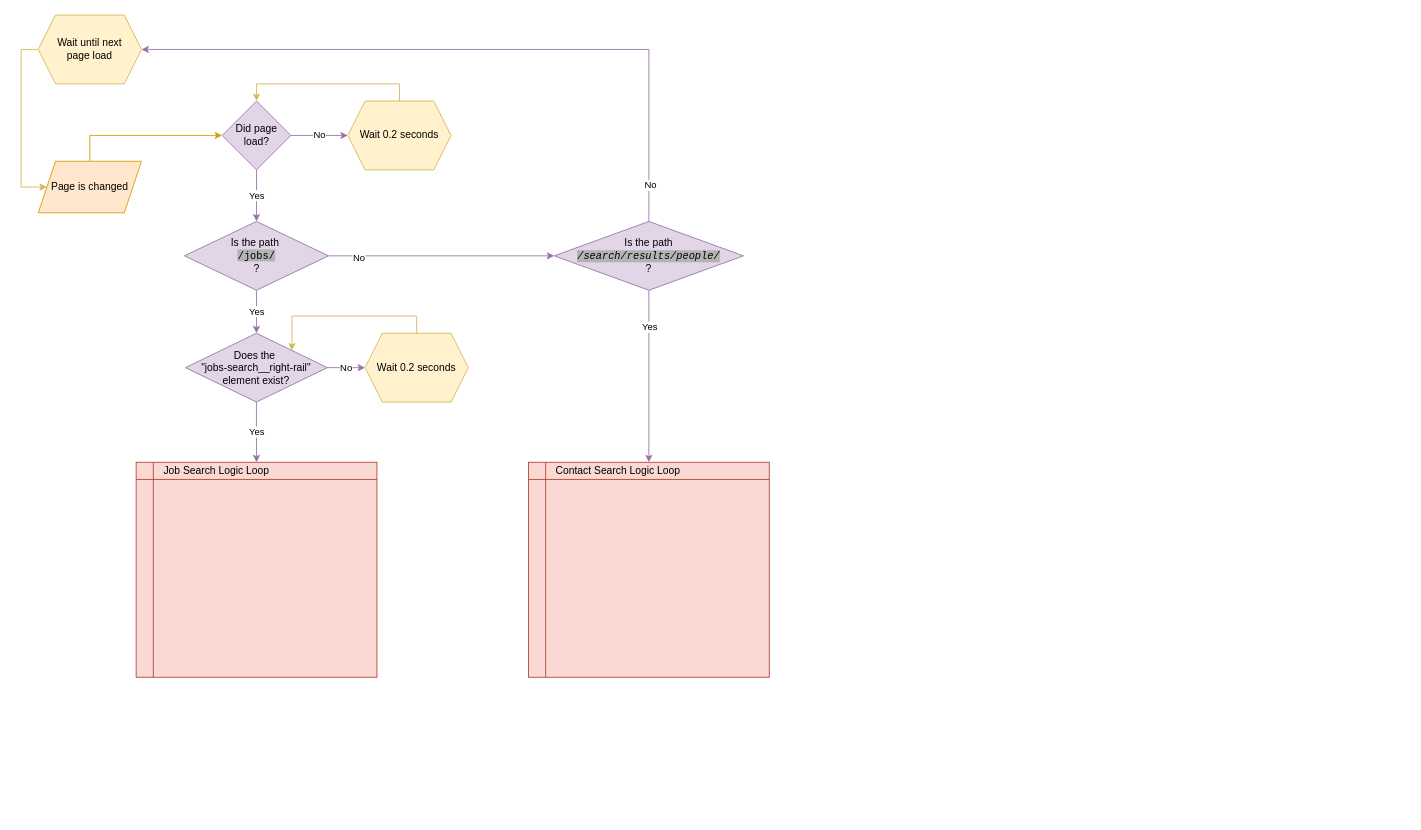
Above: kanshikigan-plugin.drawio in DavidDavydovTech/kan-shiki-gan (draw.io), before the change. Source tidied: cells renumbered, new cells numbered last; positions are measured from the earlier drawing's top-left corner, leaving out a move shared by most shapes. Both pictures are drawn from the tidied source at 86%, with x=0, y=0 at pixel (21, 15).
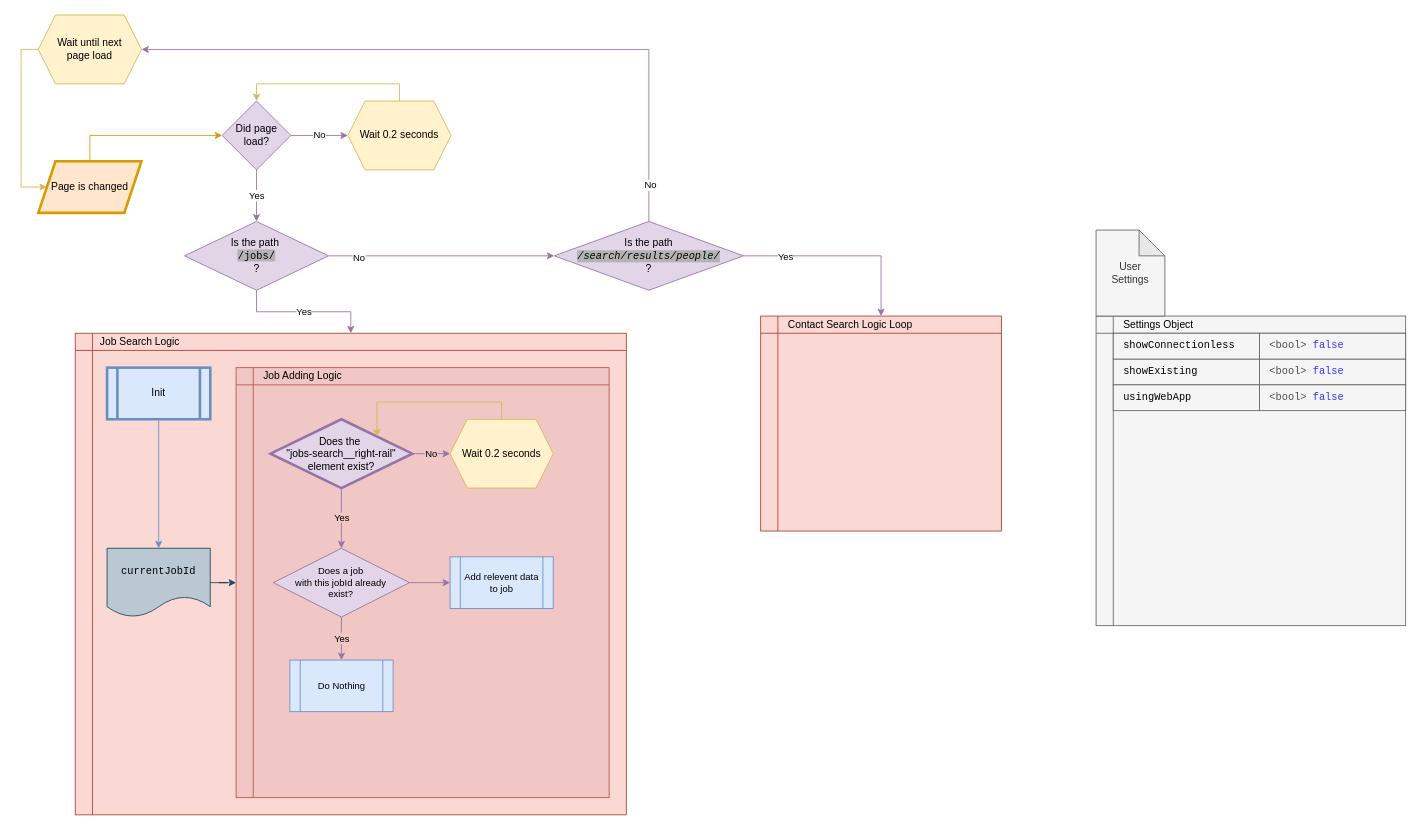
Above is the later version.

Commit message:
Add more logic to the flowchart

Unchanged cells that the change refers to:
```xml
<mxCell id="10" value="Is the path&amp;nbsp;&lt;br&gt;&lt;span style=&quot;background-color: rgb(179 , 179 , 179)&quot;&gt;&lt;font face=&quot;Courier New&quot;&gt;/jobs/&lt;/font&gt;&lt;/span&gt;&lt;br&gt;?" style="rhombus;whiteSpace=wrap;html=1;fillColor=#e1d5e7;strokeColor=#9673a6;" parent="1" vertex="1">
  <mxGeometry x="190" y="240" width="167.5" height="80" as="geometry" />
</mxCell>
<mxCell id="27" value="Is the path &lt;i&gt;&lt;font face=&quot;Courier New&quot; style=&quot;background-color: rgb(179 , 179 , 179) ; font-size: 12px&quot;&gt;/search/results/people/&lt;/font&gt;&lt;/i&gt;&lt;br&gt;?" style="rhombus;whiteSpace=wrap;html=1;fillColor=#e1d5e7;strokeColor=#9673a6;" parent="1" vertex="1">
  <mxGeometry x="620" y="240" width="220" height="80" as="geometry" />
</mxCell>
<mxCell id="29" style="shape=internalStorage;whiteSpace=wrap;html=1;backgroundOutline=1;fillColor=#fad9d5;strokeColor=#ae4132;" parent="28" vertex="1">
  <mxGeometry width="280" height="250" as="geometry" />
</mxCell>
```

Diff of the diagram source:
```diff
@@
-    <mxCell id="9" value="Yes" style="edgeStyle=orthogonalEdgeStyle;rounded=0;jettySize=auto;html=1;exitX=0.5;exitY=1;exitDx=0;exitDy=0;entryX=0.5;entryY=0;entryDx=0;entryDy=0;fillColor=#e1d5e7;strokeColor=#9673a6;" parent="1" edge="1" source="10" target="17">
+    <mxCell id="9" value="Yes" style="edgeStyle=orthogonalEdgeStyle;rounded=0;jettySize=auto;html=1;exitX=0.5;exitY=1;exitDx=0;exitDy=0;fillColor=#e1d5e7;strokeColor=#9673a6;" parent="1" edge="1" source="10" target="21">
       <mxGeometry relative="1" as="geometry" />
     </mxCell>
@@
-    <mxCell id="12" value="Page is changed" style="shape=parallelogram;perimeter=parallelogramPerimeter;whiteSpace=wrap;html=1;fixedSize=1;fillColor=#ffe6cc;strokeColor=#d79b00;" parent="1" vertex="1">
+    <mxCell id="12" value="Page is changed" style="shape=parallelogram;perimeter=parallelogramPerimeter;whiteSpace=wrap;html=1;fixedSize=1;fillColor=#ffe6cc;strokeColor=#d79b00;strokeWidth=3;" parent="1" vertex="1">
       <mxGeometry x="20" y="170" width="120" height="60" as="geometry" />
     </mxCell>
@@
-    <mxCell id="15" value="No" style="edgeStyle=orthogonalEdgeStyle;rounded=0;jettySize=auto;html=1;exitX=1;exitY=0.5;exitDx=0;exitDy=0;entryX=0;entryY=0.5;entryDx=0;entryDy=0;fillColor=#e1d5e7;strokeColor=#9673a6;" parent="1" edge="1" source="17" target="19">
-      <mxGeometry relative="1" as="geometry" />
+    <mxCell id="15" value="No" style="edgeStyle=orthogonalEdgeStyle;rounded=0;orthogonalLoop=1;jettySize=auto;html=1;exitX=1;exitY=0.5;exitDx=0;exitDy=0;entryX=0;entryY=0.5;entryDx=0;entryDy=0;fillColor=#e1d5e7;strokeColor=#9673a6;" parent="1" edge="1">
+      <mxGeometry relative="1" as="geometry">
+        <mxPoint x="356.2" y="370" as="sourcePoint" />
+      </mxGeometry>
     </mxCell>
-    <mxCell id="16" value="Yes" style="edgeStyle=orthogonalEdgeStyle;rounded=0;jettySize=auto;html=1;exitX=0.5;exitY=1;exitDx=0;exitDy=0;fillColor=#e1d5e7;strokeColor=#9673a6;" parent="1" edge="1" source="17" target="21">
-      <mxGeometry relative="1" as="geometry" />
-    </mxCell>
-    <mxCell id="17" value="Does the&amp;nbsp;&lt;br&gt;&quot;jobs-search__right-rail&quot;&lt;br&gt;element exist?" style="rhombus;whiteSpace=wrap;html=1;fillColor=#e1d5e7;strokeColor=#9673a6;" parent="1" vertex="1">
-      <mxGeometry x="191.2" y="370" width="165" height="80" as="geometry" />
-    </mxCell>
-    <mxCell id="18" style="edgeStyle=orthogonalEdgeStyle;rounded=0;jettySize=auto;html=1;exitX=0.5;exitY=0;exitDx=0;exitDy=0;entryX=1;entryY=0;entryDx=0;entryDy=0;fillColor=#fff2cc;strokeColor=#d6b656;" parent="1" edge="1" source="19" target="17">
-      <mxGeometry relative="1" as="geometry">
-        <Array as="points">
-          <mxPoint x="460" y="350" />
-          <mxPoint x="315" y="350" />
-        </Array>
-      </mxGeometry>
-    </mxCell>
-    <mxCell id="19" value="Wait 0.2 seconds" style="shape=hexagon;perimeter=hexagonPerimeter2;whiteSpace=wrap;html=1;fixedSize=1;fillColor=#fff2cc;strokeColor=#d6b656;" parent="1" vertex="1">
-      <mxGeometry x="400" y="370" width="120" height="80" as="geometry" />
-    </mxCell>
     <mxCell id="20" style="group;" parent="1" vertex="1">
-      <mxGeometry x="133.8" y="520" width="280" height="250" as="geometry" />
+      <mxGeometry x="83.8" y="370" width="620" height="560" as="geometry" />
     </mxCell>
     <mxCell id="21" style="shape=internalStorage;whiteSpace=wrap;html=1;backgroundOutline=1;fillColor=#fad9d5;strokeColor=#ae4132;" parent="20" vertex="1">
-      <mxGeometry width="280" height="250" as="geometry" />
+      <mxGeometry x="-20.8" width="640.8" height="560" as="geometry" />
     </mxCell>
-    <mxCell id="22" value="Job Search Logic Loop" style="text;html=1;fillColor=none;align=left;verticalAlign=middle;whiteSpace=wrap;rounded=0;" parent="20" vertex="1">
-      <mxGeometry x="30" width="180" height="20" as="geometry" />
+    <mxCell id="22" value="Job Search Logic" style="text;html=1;fillColor=none;align=left;verticalAlign=middle;whiteSpace=wrap;rounded=0;" parent="20" vertex="1">
+      <mxGeometry x="6.2" width="180" height="20" as="geometry" />
     </mxCell>
+    <mxCell id="31" style="edgeStyle=orthogonalEdgeStyle;rounded=0;jettySize=auto;html=1;exitX=0.5;exitY=1;exitDx=0;exitDy=0;entryX=0.5;entryY=0;entryDx=0;entryDy=0;strokeWidth=1;fontFamily=Courier New;fontSize=11;fillColor=#dae8fc;strokeColor=#6c8ebf;" parent="20" edge="1" source="32" target="35">
+      <mxGeometry relative="1" as="geometry" />
+    </mxCell>
+    <mxCell id="32" value="&lt;font face=&quot;Helvetica&quot;&gt;Init&lt;/font&gt;" style="shape=process;whiteSpace=wrap;html=1;backgroundOutline=1;fontFamily=Courier New;align=center;fillColor=#dae8fc;strokeColor=#6c8ebf;strokeWidth=3;" parent="20" vertex="1">
+      <mxGeometry x="16.2" y="40" width="120" height="60" as="geometry" />
+    </mxCell>
+    <mxCell id="33" style="shape=internalStorage;whiteSpace=wrap;html=1;backgroundOutline=1;fontFamily=Courier New;align=left;strokeColor=#b85450;fillColor=#F0C7C5;" parent="20" vertex="1">
+      <mxGeometry x="166.2" y="40" width="433.8" height="500" as="geometry" />
+    </mxCell>
+    <mxCell id="34" style="edgeStyle=orthogonalEdgeStyle;rounded=0;jettySize=auto;html=1;exitX=1;exitY=0.5;exitDx=0;exitDy=0;strokeWidth=1;fontFamily=Courier New;fontSize=11;fillColor=#bac8d3;strokeColor=#23445d;" parent="20" edge="1" source="35" target="33">
+      <mxGeometry relative="1" as="geometry" />
+    </mxCell>
+    <mxCell id="35" value="currentJobId" style="shape=document;whiteSpace=wrap;html=1;boundedLbl=1;fillColor=#bac8d3;fontFamily=Courier New;align=center;strokeColor=#23445d;" parent="20" vertex="1">
+      <mxGeometry x="16.2" y="250" width="120" height="80" as="geometry" />
+    </mxCell>
+    <mxCell id="36" value="Job Adding Logic" style="text;html=1;fillColor=none;align=left;verticalAlign=middle;whiteSpace=wrap;rounded=0;" parent="20" vertex="1">
+      <mxGeometry x="196.2" y="40" width="180" height="20" as="geometry" />
+    </mxCell>
+    <mxCell id="37" value="No" style="edgeStyle=orthogonalEdgeStyle;rounded=0;jettySize=auto;html=1;exitX=1;exitY=0.5;exitDx=0;exitDy=0;labelBackgroundColor=#F0C7C5;strokeWidth=1;fontFamily=Helvetica;fontSize=11;spacing=1;fillColor=#e1d5e7;strokeColor=#9673a6;" parent="20" edge="1" source="17" target="19">
+      <mxGeometry relative="1" as="geometry" />
+    </mxCell>
+    <mxCell id="17" value="Does the&amp;nbsp;&lt;br&gt;&quot;jobs-search__right-rail&quot;&lt;br&gt;element exist?" style="rhombus;whiteSpace=wrap;html=1;fillColor=#e1d5e7;strokeColor=#9673a6;strokeWidth=3;" parent="20" vertex="1">
+      <mxGeometry x="206.2" y="100" width="165" height="80" as="geometry" />
+    </mxCell>
+    <mxCell id="19" value="Wait 0.2 seconds" style="shape=hexagon;perimeter=hexagonPerimeter2;whiteSpace=wrap;html=1;fixedSize=1;fillColor=#fff2cc;strokeColor=#d6b656;" parent="20" vertex="1">
+      <mxGeometry x="415" y="100" width="120" height="80" as="geometry" />
+    </mxCell>
+    <mxCell id="18" style="edgeStyle=orthogonalEdgeStyle;rounded=0;jettySize=auto;html=1;exitX=0.5;exitY=0;exitDx=0;exitDy=0;entryX=1;entryY=0;entryDx=0;entryDy=0;fillColor=#fff2cc;strokeColor=#d6b656;" parent="20" edge="1" source="19" target="17">
+      <mxGeometry relative="1" as="geometry">
+        <Array as="points">
+          <mxPoint x="475" y="80" />
+          <mxPoint x="330" y="80" />
+        </Array>
+      </mxGeometry>
+    </mxCell>
+    <mxCell id="38" value="&lt;span style=&quot;background-color: rgb(240 , 199 , 197)&quot;&gt;Yes&lt;/span&gt;" style="edgeStyle=orthogonalEdgeStyle;rounded=0;jettySize=auto;html=1;exitX=0.5;exitY=1;exitDx=0;exitDy=0;fillColor=#e1d5e7;strokeColor=#9673a6;labelBackgroundColor=none;" parent="20" edge="1" source="17" target="41">
+      <mxGeometry relative="1" as="geometry" />
+    </mxCell>
+    <mxCell id="39" value="Yes" style="edgeStyle=orthogonalEdgeStyle;rounded=0;jettySize=auto;html=1;exitX=0.5;exitY=1;exitDx=0;exitDy=0;entryX=0.5;entryY=0;entryDx=0;entryDy=0;labelBackgroundColor=#F0C7C5;strokeWidth=1;fontFamily=Helvetica;fontSize=11;spacing=1;fillColor=#e1d5e7;strokeColor=#9673a6;" parent="20" edge="1" source="41" target="42">
+      <mxGeometry relative="1" as="geometry" />
+    </mxCell>
+    <mxCell id="40" style="edgeStyle=orthogonalEdgeStyle;rounded=0;jettySize=auto;html=1;exitX=1;exitY=0.5;exitDx=0;exitDy=0;labelBackgroundColor=#F0C7C5;endArrow=classic;endFill=1;strokeColor=#9673a6;strokeWidth=1;fontFamily=Helvetica;fontSize=11;fillColor=#e1d5e7;" parent="20" edge="1" source="41" target="43">
+      <mxGeometry relative="1" as="geometry" />
+    </mxCell>
+    <mxCell id="41" value="Does a job&lt;br&gt;with this jobId already &lt;br&gt;exist?" style="rhombus;whiteSpace=wrap;html=1;strokeWidth=1;fillColor=#e1d5e7;fontFamily=Helvetica;fontSize=11;align=center;strokeColor=#9673a6;" parent="20" vertex="1">
+      <mxGeometry x="209.5" y="250" width="158.4" height="80" as="geometry" />
+    </mxCell>
+    <mxCell id="42" value="Do Nothing" style="shape=process;whiteSpace=wrap;html=1;backgroundOutline=1;strokeWidth=1;fillColor=#dae8fc;fontFamily=Helvetica;fontSize=11;align=center;strokeColor=#6c8ebf;" parent="20" vertex="1">
+      <mxGeometry x="228.8" y="380" width="120" height="60" as="geometry" />
+    </mxCell>
+    <mxCell id="43" value="Add relevent data&lt;br&gt;to job" style="shape=process;whiteSpace=wrap;html=1;backgroundOutline=1;strokeWidth=1;fillColor=#dae8fc;fontFamily=Helvetica;fontSize=11;align=center;strokeColor=#6c8ebf;" parent="20" vertex="1">
+      <mxGeometry x="415" y="260" width="120" height="60" as="geometry" />
+    </mxCell>
@@
-    <mxCell id="25" style="edgeStyle=orthogonalEdgeStyle;rounded=0;jettySize=auto;html=1;exitX=0.5;exitY=1;exitDx=0;exitDy=0;fillColor=#e1d5e7;strokeColor=#9673a6;" parent="1" edge="1" source="27" target="29">
+    <mxCell id="25" style="edgeStyle=orthogonalEdgeStyle;rounded=0;jettySize=auto;html=1;exitX=1;exitY=0.5;exitDx=0;exitDy=0;fillColor=#e1d5e7;strokeColor=#9673a6;" parent="1" edge="1" source="27" target="29">
       <mxGeometry relative="1" as="geometry" />
     </mxCell>
@@
     <mxCell id="28" style="group;" parent="1" vertex="1">
-      <mxGeometry x="590" y="520" width="280" height="250" as="geometry" />
+      <mxGeometry x="860" y="350" width="280" height="250" as="geometry" />
     </mxCell>
@@
+    <mxCell id="44" style="group;" parent="1" vertex="1">
+      <mxGeometry x="1250" y="250" width="360" height="460" as="geometry" />
+    </mxCell>
+    <mxCell id="45" style="group;" parent="44" vertex="1">
+      <mxGeometry y="100" width="360" height="360" as="geometry" />
+    </mxCell>
+    <mxCell id="46" style="shape=internalStorage;whiteSpace=wrap;html=1;backgroundOutline=1;align=left;fillColor=#f5f5f5;strokeColor=#666666;fontColor=#333333;" parent="45" vertex="1">
+      <mxGeometry width="360" height="360" as="geometry" />
+    </mxCell>
+    <mxCell id="47" value="Settings Object" style="text;html=1;fillColor=none;align=left;verticalAlign=middle;whiteSpace=wrap;rounded=0;" parent="45" vertex="1">
+      <mxGeometry x="30" width="180" height="20" as="geometry" />
+    </mxCell>
+    <mxCell id="48" style="group;" parent="45" vertex="1">
+      <mxGeometry x="20" y="50" width="170" height="30" as="geometry" />
+    </mxCell>
+    <mxCell id="49" style="rounded=0;whiteSpace=wrap;html=1;align=left;fillColor=#f5f5f5;strokeColor=#666666;fontColor=#333333;" parent="48" vertex="1">
+      <mxGeometry width="170" height="30" as="geometry" />
+    </mxCell>
+    <mxCell id="50" value="showExisting" style="text;html=1;fillColor=none;align=left;verticalAlign=middle;whiteSpace=wrap;rounded=0;fontFamily=Courier New;" parent="48" vertex="1">
+      <mxGeometry x="10" width="160" height="30" as="geometry" />
+    </mxCell>
+    <mxCell id="51" style="group;" parent="45" vertex="1">
+      <mxGeometry x="190" y="50" width="170" height="30" as="geometry" />
+    </mxCell>
+    <mxCell id="52" style="rounded=0;whiteSpace=wrap;html=1;align=left;fillColor=#f5f5f5;strokeColor=#666666;fontColor=#333333;" parent="51" vertex="1">
+      <mxGeometry width="170" height="30" as="geometry" />
+    </mxCell>
+    <mxCell id="53" value="&lt;font color=&quot;#4d4d4d&quot;&gt;&amp;lt;bool&amp;gt;&lt;/font&gt; &lt;font color=&quot;#3333ff&quot;&gt;false&lt;/font&gt;" style="text;html=1;fillColor=none;align=left;verticalAlign=middle;whiteSpace=wrap;rounded=0;fontFamily=Courier New;" parent="51" vertex="1">
+      <mxGeometry x="10" width="160" height="30" as="geometry" />
+    </mxCell>
+    <mxCell id="54" style="group;" parent="45" vertex="1">
+      <mxGeometry x="20" y="80" width="170" height="30" as="geometry" />
+    </mxCell>
+    <mxCell id="55" style="rounded=0;whiteSpace=wrap;html=1;align=left;fillColor=#f5f5f5;strokeColor=#666666;fontColor=#333333;" parent="54" vertex="1">
+      <mxGeometry width="170" height="30" as="geometry" />
+    </mxCell>
+    <mxCell id="56" value="usingWebApp" style="text;html=1;fillColor=none;align=left;verticalAlign=middle;whiteSpace=wrap;rounded=0;fontFamily=Courier New;" parent="54" vertex="1">
+      <mxGeometry x="10" width="160" height="30" as="geometry" />
+    </mxCell>
+    <mxCell id="57" style="group;" parent="45" vertex="1">
+      <mxGeometry x="190" y="80" width="170" height="30" as="geometry" />
+    </mxCell>
+    <mxCell id="58" style="rounded=0;whiteSpace=wrap;html=1;align=left;fillColor=#f5f5f5;strokeColor=#666666;fontColor=#333333;" parent="57" vertex="1">
+      <mxGeometry width="170" height="30" as="geometry" />
+    </mxCell>
+    <mxCell id="59" value="&lt;font color=&quot;#4d4d4d&quot;&gt;&amp;lt;bool&amp;gt;&lt;/font&gt; &lt;font color=&quot;#3333ff&quot;&gt;false&lt;/font&gt;" style="text;html=1;fillColor=none;align=left;verticalAlign=middle;whiteSpace=wrap;rounded=0;fontFamily=Courier New;" parent="57" vertex="1">
+      <mxGeometry x="10" width="160" height="30" as="geometry" />
+    </mxCell>
+    <mxCell id="60" value="User &lt;br&gt;Settings" style="shape=note;whiteSpace=wrap;html=1;backgroundOutline=1;darkOpacity=0.05;align=center;fillColor=#f5f5f5;strokeColor=#666666;fontColor=#333333;" parent="44" vertex="1">
+      <mxGeometry width="80" height="100" as="geometry" />
+    </mxCell>
+    <mxCell id="61" style="group;" parent="44" vertex="1">
+      <mxGeometry x="20" y="120" width="170" height="30" as="geometry" />
+    </mxCell>
+    <mxCell id="62" style="rounded=0;whiteSpace=wrap;html=1;align=left;fillColor=#f5f5f5;strokeColor=#666666;fontColor=#333333;" parent="61" vertex="1">
+      <mxGeometry width="170" height="30" as="geometry" />
+    </mxCell>
+    <mxCell id="63" value="showConnectionless" style="text;html=1;fillColor=none;align=left;verticalAlign=middle;whiteSpace=wrap;rounded=0;fontFamily=Courier New;" parent="61" vertex="1">
+      <mxGeometry x="10" width="160" height="30" as="geometry" />
+    </mxCell>
+    <mxCell id="64" style="group;" parent="44" vertex="1">
+      <mxGeometry x="190" y="120" width="170" height="30" as="geometry" />
+    </mxCell>
+    <mxCell id="65" style="rounded=0;whiteSpace=wrap;html=1;align=left;fillColor=#f5f5f5;strokeColor=#666666;fontColor=#333333;" parent="64" vertex="1">
+      <mxGeometry width="170" height="30" as="geometry" />
+    </mxCell>
+    <mxCell id="66" value="&lt;font color=&quot;#4d4d4d&quot;&gt;&amp;lt;bool&amp;gt;&lt;/font&gt; &lt;font color=&quot;#3333ff&quot;&gt;false&lt;/font&gt;" style="text;html=1;fillColor=none;align=left;verticalAlign=middle;whiteSpace=wrap;rounded=0;fontFamily=Courier New;" parent="64" vertex="1">
+      <mxGeometry x="10" width="160" height="30" as="geometry" />
+    </mxCell>
```
